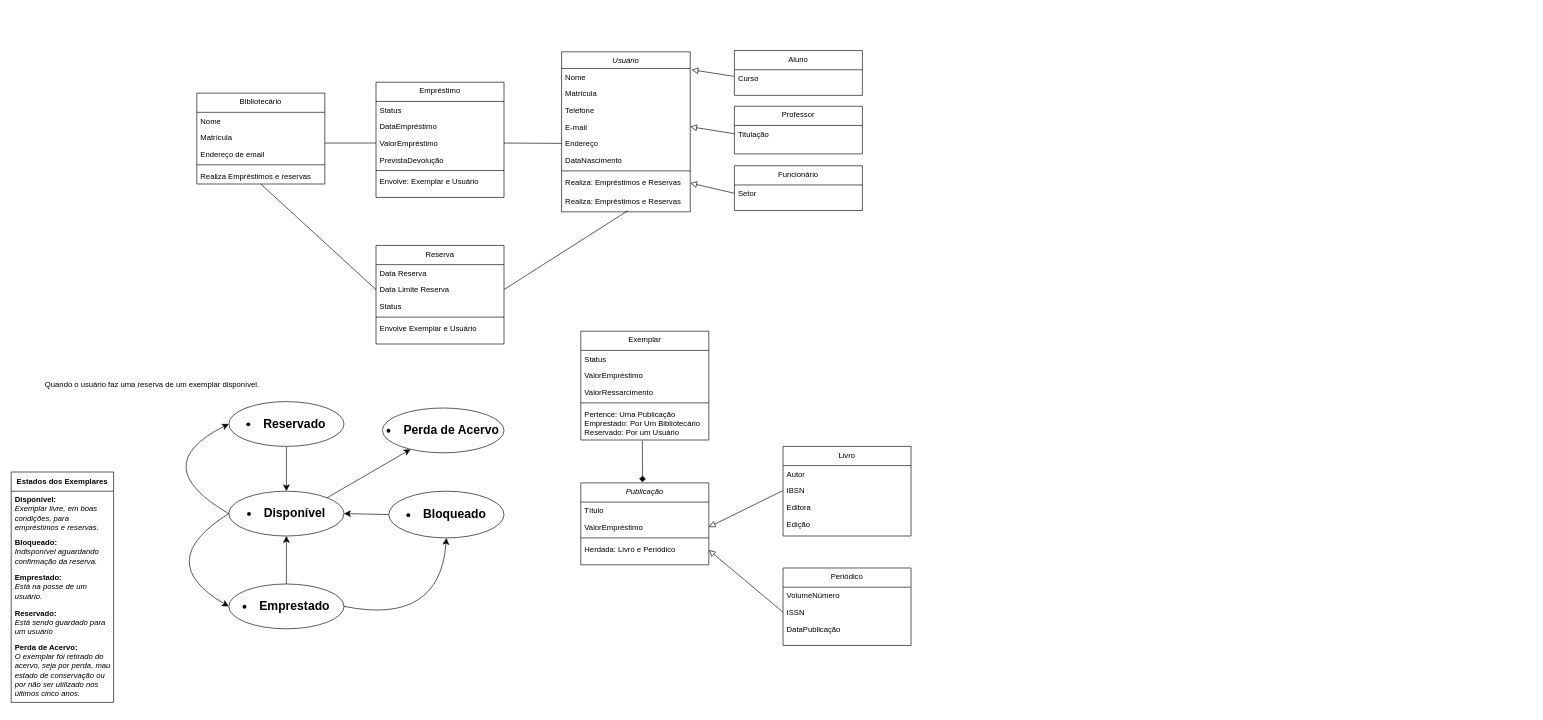
2PacKI-D-Braavo/Trabalho-UVA keeps this draw.io diagram as Diagrama sem nome.drawio. Above is the earlier version. Source tidied: cells renumbered, new cells numbered last; positions are measured from the earlier drawing's top-left corner, leaving out a move shared by most shapes. Both pictures are drawn from the tidied source at 64%, with x=0, y=0 at pixel (11, 51).
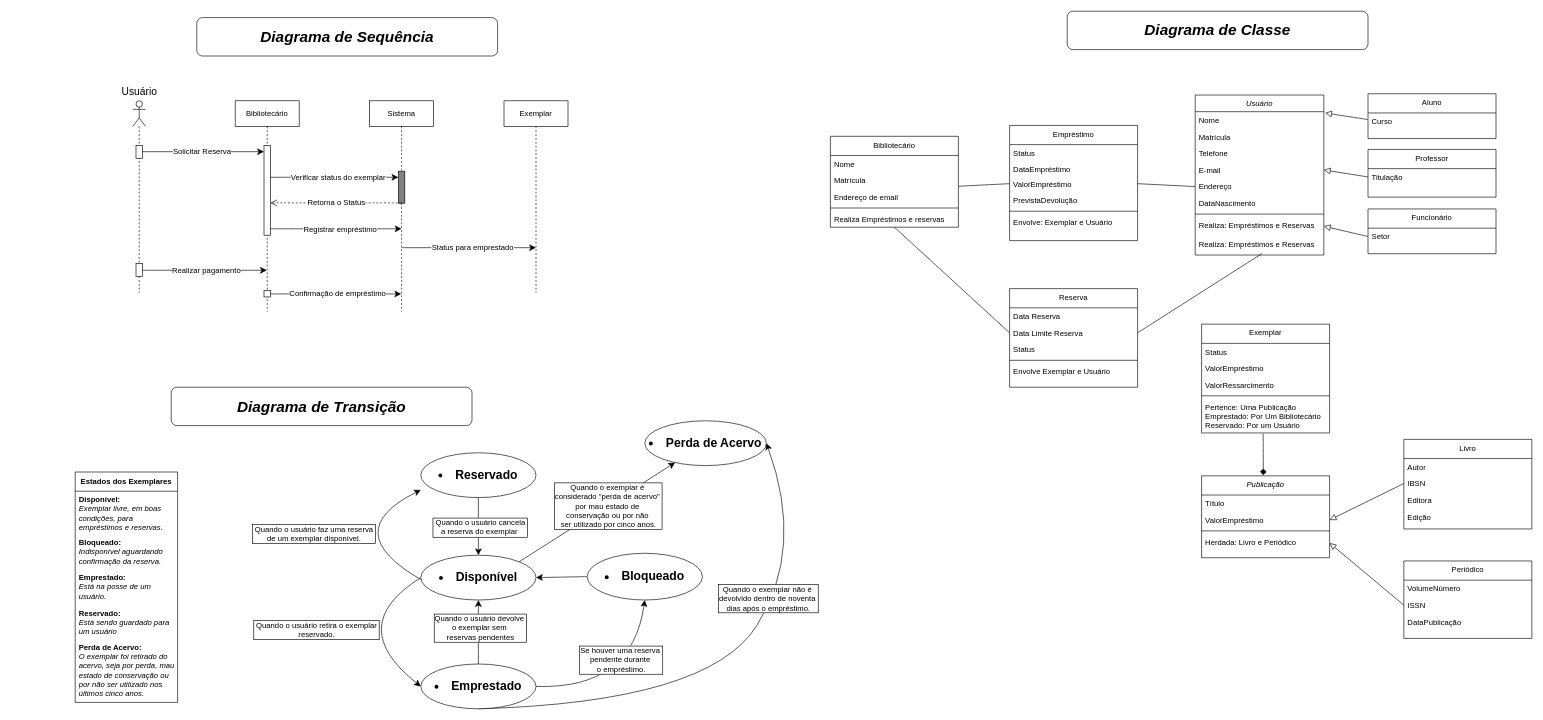
Above is the later version.

Diff of the diagram source:
```diff
@@
     <mxCell id="2" value="Bibliotecário" style="swimlane;fontStyle=0;align=center;verticalAlign=top;horizontal=1;startSize=30;rounded=0;shadow=0;strokeWidth=1;" parent="1" vertex="1">
-      <mxGeometry x="290" y="66" width="200" height="142" as="geometry" />
+      <mxGeometry x="1280" y="133.5" width="200" height="142" as="geometry" />
     </mxCell>
@@
     <mxCell id="9" value="Exemplar" style="swimlane;fontStyle=0;align=center;verticalAlign=top;horizontal=1;startSize=30;rounded=0;shadow=0;strokeWidth=1;" parent="1" vertex="1">
-      <mxGeometry x="890" y="438" width="200" height="170" as="geometry" />
+      <mxGeometry x="1860" y="427" width="200" height="170" as="geometry" />
     </mxCell>
@@
     <mxCell id="15" value="Publicação" style="swimlane;fontStyle=2;align=center;verticalAlign=top;horizontal=1;startSize=30;rounded=0;shadow=0;strokeWidth=1;" parent="1" vertex="1">
-      <mxGeometry x="890" y="675" width="200" height="128" as="geometry" />
+      <mxGeometry x="1860" y="664" width="200" height="128" as="geometry" />
     </mxCell>
@@
     <mxCell id="20" value="Livro" style="swimlane;fontStyle=0;align=center;verticalAlign=top;horizontal=1;startSize=30;rounded=0;shadow=0;strokeWidth=1;" parent="1" vertex="1">
-      <mxGeometry x="1206" y="618" width="200" height="140" as="geometry" />
+      <mxGeometry x="2176" y="607" width="200" height="140" as="geometry" />
     </mxCell>
@@
     <mxCell id="25" value="Periódico" style="swimlane;fontStyle=0;align=center;verticalAlign=top;horizontal=1;startSize=30;rounded=0;shadow=0;strokeWidth=1;" parent="1" vertex="1">
-      <mxGeometry x="1206" y="808" width="200" height="121" as="geometry" />
+      <mxGeometry x="2176" y="797" width="200" height="121" as="geometry" />
     </mxCell>
@@
     <mxCell id="29" value="Usuário" style="swimlane;fontStyle=2;align=center;verticalAlign=top;horizontal=1;startSize=26;rounded=0;shadow=0;strokeWidth=1;" parent="1" vertex="1">
-      <mxGeometry x="860" y="1.5" width="201" height="250" as="geometry" />
+      <mxGeometry x="1850" y="69" width="201" height="250" as="geometry" />
     </mxCell>
@@
     <mxCell id="39" value="Aluno" style="swimlane;fontStyle=0;align=center;verticalAlign=top;horizontal=1;startSize=30;rounded=0;shadow=0;strokeWidth=1;" parent="1" vertex="1">
-      <mxGeometry x="1130" y="-0.5" width="200" height="70" as="geometry" />
+      <mxGeometry x="2120" y="67" width="200" height="70" as="geometry" />
     </mxCell>
@@
     <mxCell id="41" value="Professor" style="swimlane;fontStyle=0;align=center;verticalAlign=top;horizontal=1;startSize=30;rounded=0;shadow=0;strokeWidth=1;" parent="1" vertex="1">
-      <mxGeometry x="1130" y="86.5" width="200" height="74.5" as="geometry" />
+      <mxGeometry x="2120" y="154" width="200" height="74.5" as="geometry" />
     </mxCell>
@@
     <mxCell id="43" value="Funcionário" style="swimlane;fontStyle=0;align=center;verticalAlign=top;horizontal=1;startSize=30;rounded=0;shadow=0;strokeWidth=1;" parent="1" vertex="1">
-      <mxGeometry x="1130" y="179.5" width="200" height="70" as="geometry" />
+      <mxGeometry x="2120" y="247" width="200" height="70" as="geometry" />
     </mxCell>
@@
     <mxCell id="46" value="Empréstimo" style="swimlane;fontStyle=0;align=center;verticalAlign=top;horizontal=1;startSize=30;rounded=0;shadow=0;strokeWidth=1;" parent="1" vertex="1">
-      <mxGeometry x="570" y="49" width="200" height="180" as="geometry" />
+      <mxGeometry x="1560" y="116.5" width="200" height="180" as="geometry" />
     </mxCell>
@@
     <mxCell id="48" value="DataEmpréstimo" style="text;align=left;verticalAlign=top;spacingLeft=4;spacingRight=4;overflow=hidden;rounded=0;shadow=0;html=0;" parent="46" vertex="1">
-      <mxGeometry y="56" width="200" height="26" as="geometry" />
+      <mxGeometry y="56" width="200" height="22" as="geometry" />
     </mxCell>
     <mxCell id="49" value="ValorEmpréstimo" style="text;align=left;verticalAlign=top;spacingLeft=4;spacingRight=4;overflow=hidden;points=[[0,0.5],[1,0.5]];portConstraint=eastwest;rounded=0;shadow=0;html=0;" parent="46" vertex="1">
-      <mxGeometry y="82" width="200" height="26" as="geometry" />
+      <mxGeometry y="78" width="200" height="26" as="geometry" />
     </mxCell>
     <mxCell id="50" value="PrevistaDevolução" style="text;align=left;verticalAlign=top;spacingLeft=4;spacingRight=4;overflow=hidden;rounded=0;shadow=0;html=0;" parent="46" vertex="1">
-      <mxGeometry y="108" width="200" height="26" as="geometry" />
+      <mxGeometry y="104" width="200" height="26" as="geometry" />
     </mxCell>
     <mxCell id="51" style="line;html=1;strokeWidth=1;align=left;verticalAlign=middle;spacingTop=-1;spacingLeft=3;spacingRight=3;labelPosition=right;" parent="46" vertex="1">
-      <mxGeometry y="134" width="200" height="8" as="geometry" />
+      <mxGeometry y="130" width="200" height="8" as="geometry" />
     </mxCell>
     <mxCell id="52" value="Envolve: Exemplar e Usuário" style="text;align=left;verticalAlign=top;spacingLeft=4;spacingRight=4;overflow=hidden;" parent="46" vertex="1">
-      <mxGeometry y="142" width="200" height="38" as="geometry" />
+      <mxGeometry y="138" width="200" height="38" as="geometry" />
     </mxCell>
     <mxCell id="53" value="Reserva" style="swimlane;fontStyle=0;align=center;verticalAlign=top;horizontal=1;startSize=30;rounded=0;shadow=0;strokeWidth=1;" parent="1" vertex="1">
-      <mxGeometry x="570" y="304" width="200" height="154" as="geometry" />
+      <mxGeometry x="1560" y="371.5" width="200" height="154" as="geometry" />
     </mxCell>
@@
     <mxCell id="68" style="edgeStyle=none;curved=1;rounded=0;jettySize=auto;html=1;exitX=0;exitY=0.5;exitDx=0;exitDy=0;entryX=0;entryY=0.5;entryDx=0;entryDy=0;fontSize=12;startSize=8;endSize=8;" parent="1" edge="1" source="72" target="77">
       <mxGeometry relative="1" as="geometry">
         <Array as="points">
-          <mxPoint x="220" y="798" />
+          <mxPoint x="520" y="898" />
         </Array>
       </mxGeometry>
     </mxCell>
-    <mxCell id="69" style="edgeStyle=none;curved=1;rounded=0;jettySize=auto;html=1;exitX=0;exitY=0.5;exitDx=0;exitDy=0;entryX=0;entryY=0.5;entryDx=0;entryDy=0;fontSize=12;startSize=8;endSize=8;" parent="1" edge="1" source="72" target="74">
+    <mxCell id="69" style="edgeStyle=none;curved=1;rounded=0;orthogonalLoop=1;jettySize=auto;html=1;exitX=0;exitY=0.5;exitDx=0;exitDy=0;entryX=0;entryY=0.5;entryDx=0;entryDy=0;fontSize=12;startSize=8;endSize=8;" parent="1" edge="1">
       <mxGeometry relative="1" as="geometry">
+        <mxPoint x="640" y="826" as="sourcePoint" />
+        <mxPoint x="640" y="686" as="targetPoint" />
         <Array as="points">
-          <mxPoint x="210" y="648" />
+          <mxPoint x="510" y="751" />
         </Array>
       </mxGeometry>
     </mxCell>
-    <mxCell id="70" value="Quando o usuário faz uma reserva de um exemplar disponível." style="edgeLabel;html=1;align=center;verticalAlign=middle;fontSize=12;rotation=0;" parent="69" vertex="1">
+    <mxCell id="70" value="&amp;nbsp;Quando o usuário faz uma reserva&amp;nbsp;&lt;br&gt;de um exemplar disponível." style="edgeLabel;html=1;align=center;verticalAlign=top;fontSize=12;rotation=0;labelBorderColor=default;textShadow=0;spacing=5;spacingTop=2;spacingLeft=4;" parent="69" vertex="1">
       <mxGeometry relative="1" as="geometry">
-        <mxPoint x="8" y="-129" as="offset" />
+        <mxPoint x="-41" y="-24" as="offset" />
       </mxGeometry>
     </mxCell>
@@
     <mxCell id="72" value="&lt;li style=&quot;text-align: left; font-size: 19px;&quot;&gt;&lt;strong&gt;&lt;font style=&quot;font-size: 19px;&quot;&gt;Disponível&lt;br&gt;&lt;/font&gt;&lt;/strong&gt;&lt;/li&gt;" style="ellipse;whiteSpace=wrap;html=1;" parent="1" vertex="1">
-      <mxGeometry x="340" y="688" width="180" height="70" as="geometry" />
+      <mxGeometry x="640" y="788" width="180" height="70" as="geometry" />
     </mxCell>
@@
     <mxCell id="74" value="&lt;li style=&quot;text-align: left; font-size: 19px;&quot;&gt;&lt;strong style=&quot;background-color: initial;&quot;&gt;Reservad&lt;/strong&gt;&lt;strong style=&quot;background-color: initial;&quot;&gt;o&lt;/strong&gt;&lt;/li&gt;" style="ellipse;whiteSpace=wrap;html=1;" parent="1" vertex="1">
-      <mxGeometry x="340" y="548" width="180" height="70" as="geometry" />
+      <mxGeometry x="640" y="628" width="180" height="70" as="geometry" />
     </mxCell>
@@
     <mxCell id="76" style="edgeStyle=none;curved=1;rounded=0;jettySize=auto;html=1;exitX=1;exitY=0.5;exitDx=0;exitDy=0;entryX=0.5;entryY=1;entryDx=0;entryDy=0;fontSize=12;startSize=8;endSize=8;" parent="1" edge="1" source="77" target="79">
       <mxGeometry relative="1" as="geometry">
         <Array as="points">
-          <mxPoint x="670" y="898" />
+          <mxPoint x="970" y="998" />
         </Array>
       </mxGeometry>
     </mxCell>
+    <mxCell id="87" style="edgeStyle=none;curved=1;rounded=0;jettySize=auto;html=1;exitX=0.5;exitY=1;exitDx=0;exitDy=0;entryX=1;entryY=0.5;entryDx=0;entryDy=0;fontSize=12;startSize=8;endSize=8;" parent="1" edge="1" source="77" target="86">
+      <mxGeometry relative="1" as="geometry">
+        <Array as="points">
+          <mxPoint x="1090" y="1018" />
+          <mxPoint x="1240" y="778" />
+        </Array>
+      </mxGeometry>
+    </mxCell>
     <mxCell id="77" value="&lt;li style=&quot;text-align: left; font-size: 19px;&quot;&gt;&lt;strong style=&quot;background-color: initial;&quot;&gt;Emprestado&lt;/strong&gt;&lt;/li&gt;" style="ellipse;whiteSpace=wrap;html=1;" parent="1" vertex="1">
-      <mxGeometry x="340" y="833" width="180" height="70" as="geometry" />
+      <mxGeometry x="640" y="958" width="180" height="70" as="geometry" />
     </mxCell>
@@
     <mxCell id="79" value="&lt;li style=&quot;text-align: left; font-size: 19px;&quot;&gt;&lt;strong style=&quot;background-color: initial;&quot;&gt;Bloqueado&lt;/strong&gt;&lt;/li&gt;" style="ellipse;whiteSpace=wrap;html=1;" parent="1" vertex="1">
-      <mxGeometry x="590" y="688" width="180" height="73" as="geometry" />
+      <mxGeometry x="900" y="785" width="180" height="73" as="geometry" />
     </mxCell>
     <mxCell id="80" value="&lt;b&gt;Estados dos Exemplares&lt;/b&gt;" style="swimlane;fontStyle=0;horizontal=1;startSize=30;whiteSpace=wrap;html=1;" parent="1" vertex="1">
-      <mxGeometry y="658" width="160" height="360" as="geometry" />
+      <mxGeometry x="100" y="658" width="160" height="360" as="geometry" />
     </mxCell>
@@
     <mxCell id="86" value="&lt;li style=&quot;text-align: left; font-size: 19px;&quot;&gt;&lt;strong style=&quot;background-color: initial;&quot;&gt;Perda de Acervo&lt;/strong&gt;&lt;/li&gt;" style="ellipse;whiteSpace=wrap;html=1;" parent="1" vertex="1">
-      <mxGeometry x="580" y="558" width="190" height="70" as="geometry" />
+      <mxGeometry x="990" y="578" width="190" height="70" as="geometry" />
     </mxCell>
+    <mxCell id="88" value="&amp;nbsp;Quando o usuário retira o exemplar&amp;nbsp;&lt;br&gt;reservado." style="edgeLabel;html=1;align=center;verticalAlign=top;fontSize=12;rotation=0;labelBorderColor=default;textShadow=0;spacing=5;spacingTop=2;spacingLeft=4;" parent="1" vertex="1">
+      <mxGeometry x="474" y="878" as="geometry" />
+    </mxCell>
+    <mxCell id="89" value="Quando o usuário devolve&amp;nbsp;&lt;div&gt;o exemplar&amp;nbsp;sem&amp;nbsp;&lt;/div&gt;&lt;div&gt;reservas pendentes&lt;/div&gt;" style="edgeLabel;html=1;align=center;verticalAlign=top;fontSize=12;rotation=0;labelBorderColor=default;textShadow=0;spacing=5;spacingTop=2;spacingLeft=4;" parent="1" vertex="1">
+      <mxGeometry x="730" y="868" as="geometry" />
+    </mxCell>
+    <mxCell id="90" value="&amp;nbsp;Quando o usuário cancela&amp;nbsp;&lt;div&gt;a reserva do exemplar&amp;nbsp;&lt;br&gt;&lt;/div&gt;" style="edgeLabel;html=1;align=center;verticalAlign=top;fontSize=12;rotation=0;labelBorderColor=default;textShadow=0;spacing=5;spacingTop=2;spacingLeft=4;" parent="1" vertex="1">
+      <mxGeometry x="730" y="718" as="geometry" />
+    </mxCell>
+    <mxCell id="91" value="Se houver uma reserva&amp;nbsp;&lt;div&gt;pendente durante&amp;nbsp;&lt;/div&gt;&lt;div&gt;o empréstimo.&lt;br&gt;&lt;/div&gt;" style="edgeLabel;html=1;align=center;verticalAlign=top;fontSize=12;rotation=0;labelBorderColor=default;textShadow=0;spacing=5;spacingTop=2;spacingLeft=4;" parent="1" vertex="1">
+      <mxGeometry x="950" y="918" as="geometry" />
+    </mxCell>
+    <mxCell id="92" value="&lt;div&gt;Quando o exemplar é&amp;nbsp;&lt;/div&gt;&lt;div&gt;considerado &quot;perda de acervo&quot;&amp;nbsp;&lt;/div&gt;&lt;div&gt;por mau estado de&amp;nbsp;&lt;/div&gt;&lt;div&gt;conservação ou por não&amp;nbsp;&lt;/div&gt;&lt;div&gt;ser utilizado por cinco anos.&lt;/div&gt;" style="edgeLabel;html=1;align=center;verticalAlign=top;fontSize=12;rotation=0;labelBorderColor=default;textShadow=0;spacing=5;spacingTop=2;spacingLeft=4;" parent="1" vertex="1">
+      <mxGeometry x="930" y="663" as="geometry" />
+    </mxCell>
+    <mxCell id="93" value="&lt;div&gt;Quando o exemplar não é&amp;nbsp;&lt;/div&gt;&lt;div&gt;devolvido dentro de noventa&amp;nbsp;&lt;/div&gt;&lt;div&gt;dias após o empréstimo.&lt;/div&gt;" style="edgeLabel;html=1;align=center;verticalAlign=top;fontSize=12;rotation=0;labelBorderColor=default;textShadow=0;spacing=5;spacingTop=2;spacingLeft=4;" parent="1" vertex="1">
+      <mxGeometry x="1180" y="821.5" as="geometry" />
+    </mxCell>
+    <mxCell id="94" value="Bibliotecário" style="shape=umlLifeline;perimeter=lifelinePerimeter;whiteSpace=wrap;html=1;outlineConnect=0;portConstraint=eastwest;newEdgeStyle={&quot;curved&quot;:0,&quot;rounded&quot;:0};" parent="1" vertex="1">
+      <mxGeometry x="350" y="78" width="100" height="329.5" as="geometry" />
+    </mxCell>
+    <mxCell id="95" style="html=1;points=[[0,0,0,0,5],[0,1,0,0,-5],[1,0,0,0,5],[1,1,0,0,-5]];perimeter=orthogonalPerimeter;outlineConnect=0;targetShapes=umlLifeline;portConstraint=eastwest;newEdgeStyle={&quot;curved&quot;:0,&quot;rounded&quot;:0};" parent="94" vertex="1">
+      <mxGeometry x="45" y="70" width="10" height="140" as="geometry" />
+    </mxCell>
+    <mxCell id="96" value="Sistema" style="shape=umlLifeline;perimeter=lifelinePerimeter;whiteSpace=wrap;html=1;newEdgeStyle={&quot;edgeStyle&quot;:&quot;elbowEdgeStyle&quot;,&quot;elbow&quot;:&quot;vertical&quot;,&quot;curved&quot;:0,&quot;rounded&quot;:0};" parent="1" vertex="1">
+      <mxGeometry x="560" y="78" width="100" height="329.5" as="geometry" />
+    </mxCell>
+    <mxCell id="97" style="html=1;perimeter=orthogonalPerimeter;targetShapes=umlLifeline;newEdgeStyle={&quot;curved&quot;:0,&quot;rounded&quot;:0};fillColor=#808080;" parent="96" vertex="1">
+      <mxGeometry x="45" y="110" width="10" height="50" as="geometry" />
+    </mxCell>
+    <mxCell id="98" value="Exemplar" style="shape=umlLifeline;perimeter=lifelinePerimeter;whiteSpace=wrap;html=1;newEdgeStyle={&quot;edgeStyle&quot;:&quot;elbowEdgeStyle&quot;,&quot;elbow&quot;:&quot;vertical&quot;,&quot;curved&quot;:0,&quot;rounded&quot;:0};" parent="1" vertex="1">
+      <mxGeometry x="770" y="78" width="100" height="300" as="geometry" />
+    </mxCell>
+    <mxCell id="99" style="endArrow=classic;html=1;rounded=0;fontSize=12;startSize=8;endSize=8;curved=1;" parent="1" edge="1" target="95">
+      <mxGeometry relative="1" as="geometry">
+        <mxPoint x="199.9" y="157.5" as="sourcePoint" />
+      </mxGeometry>
+    </mxCell>
+    <mxCell id="100" value="Solicitar Reserva" style="edgeLabel;html=1;fontSize=12;align=center;verticalAlign=middle;" parent="99" vertex="1">
+      <mxGeometry relative="1" as="geometry" />
+    </mxCell>
+    <mxCell id="101" style="endArrow=classic;html=1;rounded=0;fontSize=12;startSize=8;endSize=8;curved=1;" parent="1" edge="1" source="95">
+      <mxGeometry relative="1" as="geometry">
+        <mxPoint x="605" y="197.5" as="targetPoint" />
+      </mxGeometry>
+    </mxCell>
+    <mxCell id="102" value="Verificar status do exemplar" style="edgeLabel;html=1;fontSize=12;align=center;verticalAlign=middle;" parent="101" vertex="1">
+      <mxGeometry relative="1" as="geometry">
+        <mxPoint x="5" as="offset" />
+      </mxGeometry>
+    </mxCell>
+    <mxCell id="103" style="endArrow=open;html=1;rounded=0;fontSize=12;startSize=8;endSize=8;curved=1;dashed=1;endFill=0;" parent="1" edge="1" target="95">
+      <mxGeometry relative="1" as="geometry">
+        <mxPoint x="609.5" y="237.5" as="sourcePoint" />
+      </mxGeometry>
+    </mxCell>
+    <mxCell id="104" value="Retorna o Status" style="edgeLabel;html=1;fontSize=12;align=center;verticalAlign=middle;" parent="103" vertex="1">
+      <mxGeometry relative="1" as="geometry" />
+    </mxCell>
+    <mxCell id="105" style="endArrow=classic;html=1;rounded=0;fontSize=12;startSize=8;endSize=8;curved=1;" parent="1" edge="1" source="95">
+      <mxGeometry relative="1" as="geometry">
+        <mxPoint x="610" y="278" as="targetPoint" />
+      </mxGeometry>
+    </mxCell>
+    <mxCell id="106" value="Registrar empréstimo" style="edgeLabel;html=1;fontSize=12;align=center;verticalAlign=middle;" parent="105" vertex="1">
+      <mxGeometry relative="1" as="geometry">
+        <mxPoint x="5" as="offset" />
+      </mxGeometry>
+    </mxCell>
+    <mxCell id="107" style="endArrow=classic;html=1;rounded=0;fontSize=12;startSize=8;endSize=8;curved=1;" parent="1" edge="1">
+      <mxGeometry relative="1" as="geometry">
+        <mxPoint x="610.2" y="307.5" as="sourcePoint" />
+        <mxPoint x="820" y="307.5" as="targetPoint" />
+      </mxGeometry>
+    </mxCell>
+    <mxCell id="108" value="Status para emprestado" style="edgeLabel;html=1;fontSize=12;align=center;verticalAlign=middle;" parent="107" vertex="1">
+      <mxGeometry relative="1" as="geometry">
+        <mxPoint x="5" as="offset" />
+      </mxGeometry>
+    </mxCell>
+    <mxCell id="109" style="endArrow=classic;html=1;rounded=0;fontSize=12;startSize=8;endSize=8;curved=1;" parent="1" edge="1" target="94">
+      <mxGeometry relative="1" as="geometry">
+        <mxPoint x="199.9" y="342.8" as="sourcePoint" />
+      </mxGeometry>
+    </mxCell>
+    <mxCell id="110" value="Realizar pagamento" style="edgeLabel;html=1;fontSize=12;align=center;verticalAlign=middle;" parent="109" vertex="1">
+      <mxGeometry relative="1" as="geometry">
+        <mxPoint x="5" as="offset" />
+      </mxGeometry>
+    </mxCell>
+    <mxCell id="111" style="endArrow=classic;html=1;rounded=0;fontSize=12;startSize=8;endSize=8;curved=1;" parent="1" edge="1" source="94">
+      <mxGeometry relative="1" as="geometry">
+        <mxPoint x="609.5" y="379.8" as="targetPoint" />
+      </mxGeometry>
+    </mxCell>
+    <mxCell id="112" value="Confirmação de empréstimo" style="edgeLabel;html=1;fontSize=12;align=center;verticalAlign=middle;" parent="111" vertex="1">
+      <mxGeometry relative="1" as="geometry">
+        <mxPoint x="5" as="offset" />
+      </mxGeometry>
+    </mxCell>
+    <mxCell id="113" style="shape=umlLifeline;perimeter=lifelinePerimeter;whiteSpace=wrap;html=1;newEdgeStyle={&quot;curved&quot;:0,&quot;rounded&quot;:0};participant=umlActor;" parent="1" vertex="1">
+      <mxGeometry x="190" y="78" width="20" height="300" as="geometry" />
+    </mxCell>
+    <mxCell id="114" style="html=1;perimeter=orthogonalPerimeter;targetShapes=umlLifeline;newEdgeStyle={&quot;curved&quot;:0,&quot;rounded&quot;:0};" parent="113" vertex="1">
+      <mxGeometry x="5" y="70" width="10" height="20" as="geometry" />
+    </mxCell>
+    <mxCell id="115" style="html=1;perimeter=orthogonalPerimeter;targetShapes=umlLifeline;newEdgeStyle={&quot;curved&quot;:0,&quot;rounded&quot;:0};" parent="113" vertex="1">
+      <mxGeometry x="5" y="254.5" width="10" height="20" as="geometry" />
+    </mxCell>
+    <mxCell id="116" value="Usuário" style="text;html=1;align=center;verticalAlign=middle;strokeColor=none;fillColor=none;fontSize=16;" parent="1" vertex="1">
+      <mxGeometry x="160" y="48" width="80" height="30" as="geometry" />
+    </mxCell>
+    <mxCell id="117" style="html=1;perimeter=orthogonalPerimeter;targetShapes=umlLifeline;newEdgeStyle={&quot;curved&quot;:0,&quot;rounded&quot;:0};" parent="1" vertex="1">
+      <mxGeometry x="395" y="374.5" width="10" height="10" as="geometry" />
+    </mxCell>
+    <mxCell id="118" value="&lt;b&gt;&lt;i style=&quot;font-size: 24px;&quot;&gt;Diagrama de Sequência&lt;/i&gt;&lt;/b&gt;" style="rounded=1;whiteSpace=wrap;html=1;" parent="1" vertex="1">
+      <mxGeometry x="290" y="-52" width="470" height="60" as="geometry" />
+    </mxCell>
+    <mxCell id="119" value="&lt;b&gt;&lt;i style=&quot;font-size: 24px;&quot;&gt;Diagrama de Transição&lt;/i&gt;&lt;/b&gt;" style="rounded=1;whiteSpace=wrap;html=1;" parent="1" vertex="1">
+      <mxGeometry x="250" y="525.5" width="470" height="60" as="geometry" />
+    </mxCell>
+    <mxCell id="120" value="&lt;b&gt;&lt;i style=&quot;font-size: 24px;&quot;&gt;Diagrama de Classe&lt;/i&gt;&lt;/b&gt;" style="rounded=1;whiteSpace=wrap;html=1;" parent="1" vertex="1">
+      <mxGeometry x="1650" y="-62" width="470" height="60" as="geometry" />
+    </mxCell>
```
